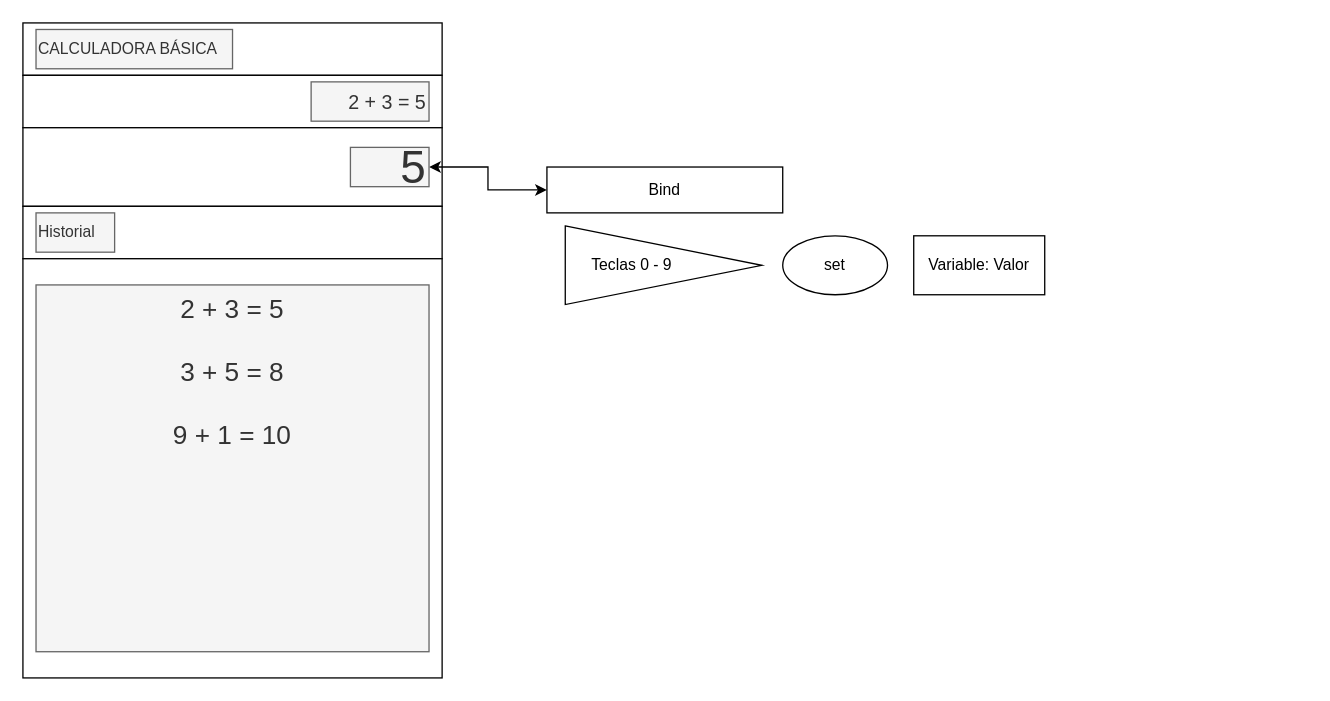
Above: Diagrama_Calculadora.drawio in BernardoParrales/calculadora_python_mvc (draw.io), before the change. Source tidied: cells renumbered, new cells numbered last; positions are measured from the earlier drawing's top-left corner, leaving out a move shared by most shapes. Both pictures are drawn from the tidied source at 131%, with x=0, y=0 at pixel (22, 22).
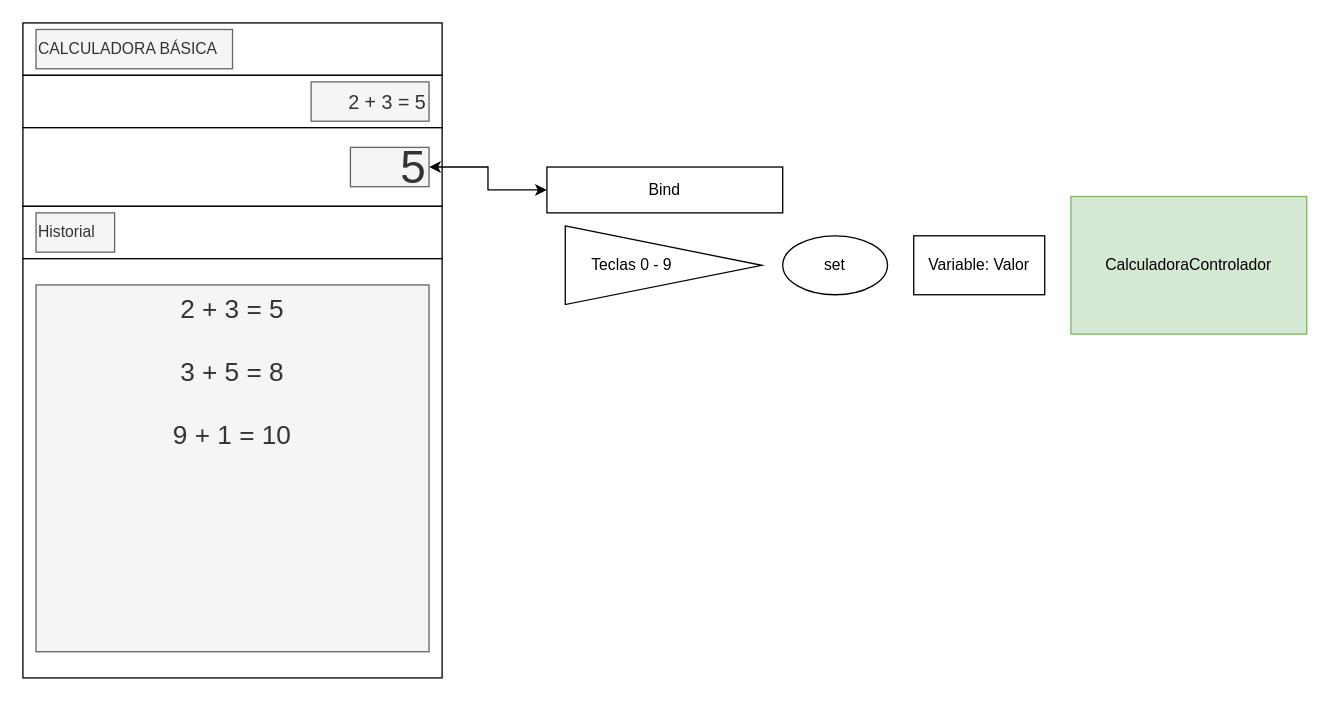
The same page after the edit.

Commit message:
Agregar diagrama de documentación

What changed in the source:
```diff
@@
 <mxGraphModel>
   <root>
     <mxCell id="0" />
     <mxCell id="1" parent="0" />
     <mxCell id="2" style="rounded=0;whiteSpace=wrap;html=1;align=left;fontFamily=Verdana;" parent="1" vertex="1">
       <mxGeometry width="320" height="40" as="geometry" />
     </mxCell>
     <mxCell id="3" style="rounded=0;whiteSpace=wrap;html=1;align=right;" parent="1" vertex="1">
       <mxGeometry y="40" width="320" height="40" as="geometry" />
     </mxCell>
     <mxCell id="4" style="rounded=0;whiteSpace=wrap;html=1;fontSize=30;align=right;" parent="1" vertex="1">
       <mxGeometry y="80" width="320" height="60" as="geometry" />
     </mxCell>
     <mxCell id="5" style="rounded=0;whiteSpace=wrap;html=1;fontFamily=Verdana;align=left;" parent="1" vertex="1">
       <mxGeometry y="140" width="320" height="40" as="geometry" />
     </mxCell>
     <mxCell id="6" style="rounded=0;whiteSpace=wrap;html=1;" parent="1" vertex="1">
       <mxGeometry y="180" width="320" height="320" as="geometry" />
     </mxCell>
     <mxCell id="7" value="2 + 3 = 5&lt;br&gt;&lt;br style=&quot;font-size: 20px;&quot;&gt;3 + 5 = 8&lt;br&gt;&lt;br style=&quot;font-size: 20px;&quot;&gt;9 + 1 = 10" style="text;html=1;strokeColor=#666666;fillColor=#f5f5f5;align=center;verticalAlign=top;whiteSpace=wrap;rounded=0;fontSize=20;fontColor=#333333;" parent="1" vertex="1">
       <mxGeometry x="10" y="200" width="300" height="280" as="geometry" />
     </mxCell>
     <mxCell id="8" value="CALCULADORA BÁSICA" style="text;html=1;strokeColor=#666666;fillColor=#f5f5f5;align=left;verticalAlign=middle;whiteSpace=wrap;rounded=0;fontColor=#333333;" parent="1" vertex="1">
       <mxGeometry x="10" y="5" width="150" height="30" as="geometry" />
     </mxCell>
     <mxCell id="9" value="Historial" style="text;html=1;strokeColor=#666666;fillColor=#f5f5f5;align=left;verticalAlign=middle;whiteSpace=wrap;rounded=0;fontColor=#333333;" parent="1" vertex="1">
       <mxGeometry x="10" y="145" width="60" height="30" as="geometry" />
     </mxCell>
     <mxCell id="10" style="edgeStyle=orthogonalEdgeStyle;rounded=0;jettySize=auto;html=1;entryX=0;entryY=0.5;entryDx=0;entryDy=0;startArrow=classic;startFill=1;" parent="1" edge="1" source="11" target="13">
       <mxGeometry relative="1" as="geometry" />
     </mxCell>
     <mxCell id="11" value="5" style="text;html=1;strokeColor=#666666;fillColor=#f5f5f5;align=right;verticalAlign=middle;whiteSpace=wrap;rounded=0;strokeWidth=1;fontSize=35;fontColor=#333333;" parent="1" vertex="1">
       <mxGeometry x="250" y="95" width="60" height="30" as="geometry" />
     </mxCell>
     <mxCell id="12" value="2 + 3 = 5" style="text;html=1;strokeColor=#666666;fillColor=#f5f5f5;align=right;verticalAlign=middle;whiteSpace=wrap;rounded=0;fontSize=15;fontColor=#333333;" parent="1" vertex="1">
       <mxGeometry x="220" y="45" width="90" height="30" as="geometry" />
     </mxCell>
     <mxCell id="13" value="Bind" style="rounded=0;whiteSpace=wrap;html=1;" parent="1" vertex="1">
       <mxGeometry x="400" y="110" width="180" height="35" as="geometry" />
     </mxCell>
     <mxCell id="14" style="triangle;whiteSpace=wrap;html=1;" parent="1" vertex="1">
       <mxGeometry x="414" y="155" width="150" height="60" as="geometry" />
     </mxCell>
     <mxCell id="15" value="Teclas 0 - 9" style="text;html=1;strokeColor=none;fillColor=none;align=center;verticalAlign=middle;whiteSpace=wrap;rounded=0;" parent="1" vertex="1">
       <mxGeometry x="430" y="170" width="70" height="30" as="geometry" />
     </mxCell>
     <mxCell id="16" value="set" style="ellipse;whiteSpace=wrap;html=1;" parent="1" vertex="1">
       <mxGeometry x="580" y="162.5" width="80" height="45" as="geometry" />
     </mxCell>
     <mxCell id="17" value="Variable: Valor" style="rounded=0;whiteSpace=wrap;html=1;" parent="1" vertex="1">
       <mxGeometry x="680" y="162.5" width="100" height="45" as="geometry" />
     </mxCell>
+    <mxCell id="18" value="CalculadoraControlador" style="html=1;whiteSpace=wrap;fillColor=#d5e8d4;strokeColor=#82b366;" parent="1" vertex="1">
+      <mxGeometry x="800" y="132.5" width="180" height="105" as="geometry" />
+    </mxCell>
   </root>
 </mxGraphModel>
```
